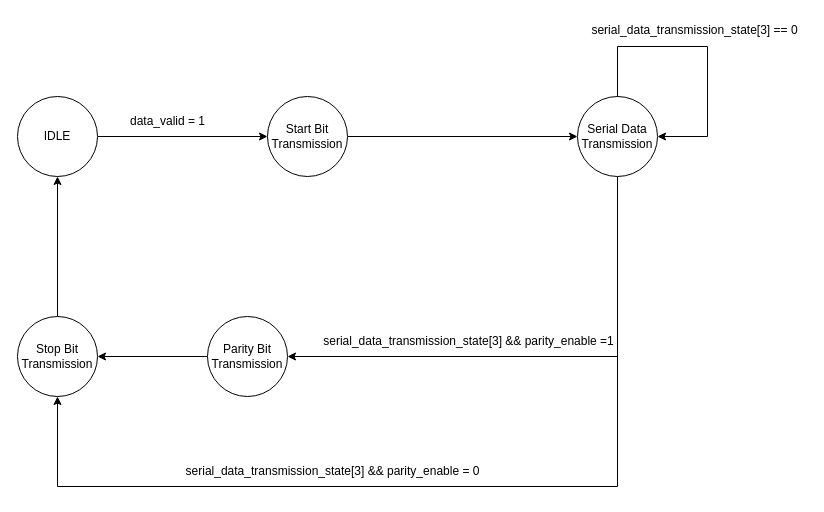
Above: page "UART_transmitter_FSM" (5 of 6) of Design.drawio in mostafa-elgendy22/PrUcess (draw.io), before the change. Source tidied: cells renumbered, new cells numbered last; positions are measured from the earlier drawing's top-left corner, leaving out a move shared by most shapes. Both pictures are drawn from the tidied source at 100%, with x=0, y=0 at pixel (17, 17).
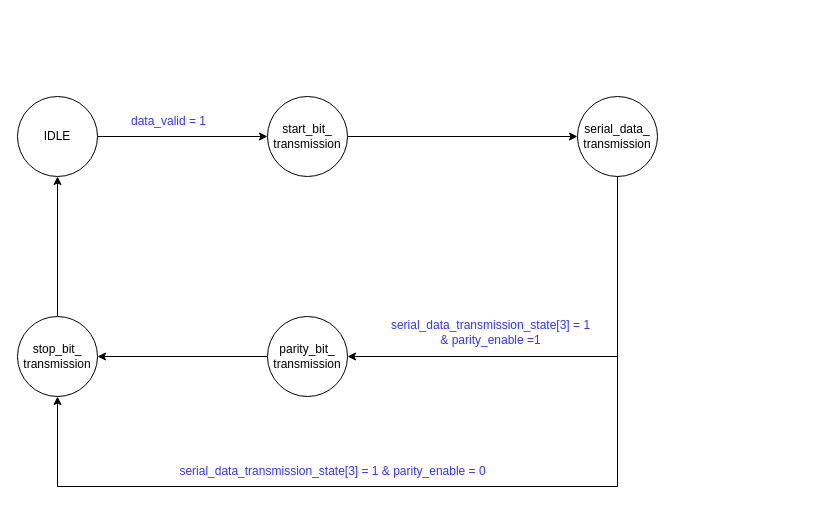
Above is the later version.

Diff of the diagram source:
```diff
@@
-    <mxCell id="5" value="Start Bit Transmission" style="ellipse;whiteSpace=wrap;html=1;" parent="1" vertex="1">
+    <mxCell id="5" value="start_bit_&lt;br&gt;transmission" style="ellipse;whiteSpace=wrap;html=1;" parent="1" vertex="1">
       <mxGeometry x="250" y="79" width="80" height="80" as="geometry" />
     </mxCell>
-    <mxCell id="6" value="data_valid = 1" style="text;html=1;align=center;verticalAlign=middle;strokeColor=none;fillColor=none;" parent="1" vertex="1">
-      <mxGeometry x="100" y="89" width="100" height="30" as="geometry" />
+    <mxCell id="6" value="&lt;font color=&quot;#3333ff&quot;&gt;data_valid = 1&lt;/font&gt;" style="text;html=1;align=center;verticalAlign=middle;strokeColor=none;fillColor=none;" parent="1" vertex="1">
+      <mxGeometry x="104" y="91" width="93" height="26" as="geometry" />
     </mxCell>
@@
-    <mxCell id="9" value="Serial Data Transmission" style="ellipse;whiteSpace=wrap;html=1;" parent="1" vertex="1">
+    <mxCell id="9" value="serial_data_ transmission" style="ellipse;whiteSpace=wrap;html=1;" parent="1" vertex="1">
       <mxGeometry x="560" y="79" width="80" height="80" as="geometry" />
     </mxCell>
@@
-    <mxCell id="11" value="Parity Bit Transmission" style="ellipse;whiteSpace=wrap;html=1;" parent="1" vertex="1">
-      <mxGeometry x="190" y="299" width="80" height="80" as="geometry" />
+    <mxCell id="11" value="parity_bit_ transmission" style="ellipse;whiteSpace=wrap;html=1;" parent="1" vertex="1">
+      <mxGeometry x="250" y="299" width="80" height="80" as="geometry" />
     </mxCell>
-    <mxCell id="12" value="serial_data_transmission_state[3] &amp;amp;&amp;amp; parity_enable =1" style="text;html=1;align=center;verticalAlign=middle;strokeColor=none;fillColor=none;" parent="1" vertex="1">
-      <mxGeometry x="296" y="311" width="309" height="26" as="geometry" />
+    <mxCell id="12" value="&lt;font color=&quot;#3333ff&quot;&gt;serial_data_transmission_state[3] = 1 &lt;br&gt;&amp;amp; parity_enable =1&lt;/font&gt;" style="text;html=1;align=center;verticalAlign=middle;strokeColor=none;fillColor=none;" parent="1" vertex="1">
+      <mxGeometry x="364" y="294" width="217" height="41" as="geometry" />
     </mxCell>
@@
-    <mxCell id="14" value="Stop Bit Transmission" style="ellipse;whiteSpace=wrap;html=1;" parent="1" vertex="1">
+    <mxCell id="14" value="stop_bit_ transmission" style="ellipse;whiteSpace=wrap;html=1;" parent="1" vertex="1">
       <mxGeometry y="299" width="80" height="80" as="geometry" />
     </mxCell>
-    <mxCell id="15" value="serial_data_transmission_state[3] &amp;amp;&amp;amp; parity_enable = 0" style="text;html=1;align=center;verticalAlign=middle;strokeColor=none;fillColor=none;" parent="1" vertex="1">
-      <mxGeometry x="159" y="441" width="312" height="26" as="geometry" />
+    <mxCell id="15" value="&lt;font color=&quot;#3333ff&quot;&gt;serial_data_transmission_state[3] = 1 &amp;amp; parity_enable = 0&lt;/font&gt;" style="text;html=1;align=center;verticalAlign=middle;strokeColor=none;fillColor=none;" parent="1" vertex="1">
+      <mxGeometry x="153" y="441" width="324" height="26" as="geometry" />
     </mxCell>
-    <mxCell id="16" style="edgeStyle=orthogonalEdgeStyle;rounded=0;orthogonalLoop=1;jettySize=auto;html=1;exitX=0.5;exitY=0;exitDx=0;exitDy=0;entryX=1;entryY=0.5;entryDx=0;entryDy=0;" parent="1" edge="1" source="9" target="9">
-      <mxGeometry relative="1" as="geometry">
-        <Array as="points">
-          <mxPoint x="600" y="29" />
-          <mxPoint x="690" y="29" />
-          <mxPoint x="690" y="119" />
-        </Array>
-      </mxGeometry>
-    </mxCell>
-    <mxCell id="17" value="serial_data_transmission_state[3] == 0" style="text;html=1;align=center;verticalAlign=middle;strokeColor=none;fillColor=none;" parent="1" vertex="1">
-      <mxGeometry x="565" width="224" height="26" as="geometry" />
-    </mxCell>
```
